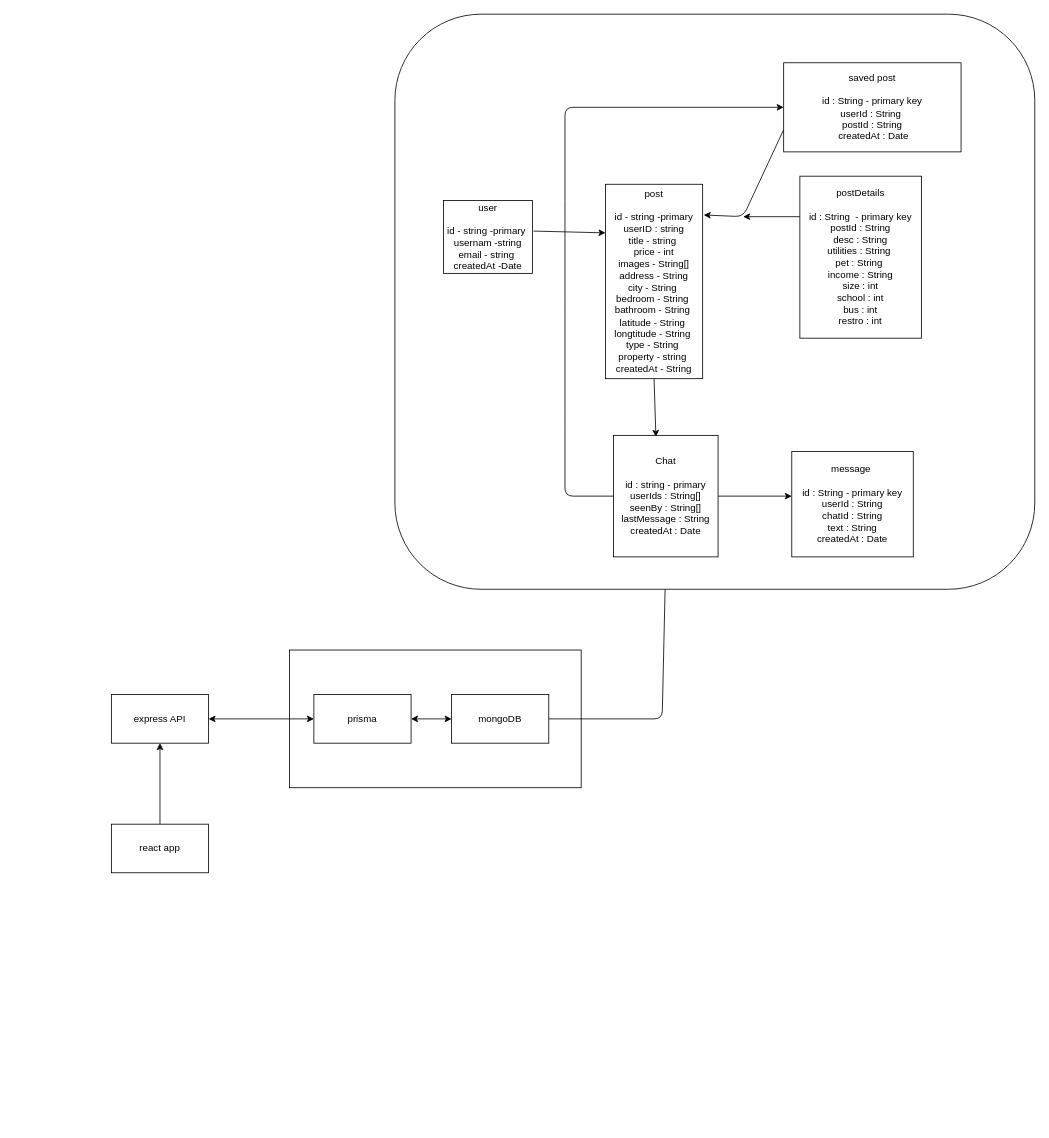
This is backend/struct.drawio from ps3coder/eState_express, a draw.io file, before an edit. Source tidied: cells renumbered, new cells numbered last; positions are measured from the earlier drawing's top-left corner, leaving out a move shared by most shapes. Both pictures are drawn from the tidied source at 81%, with x=0, y=0 at pixel (111, 14).
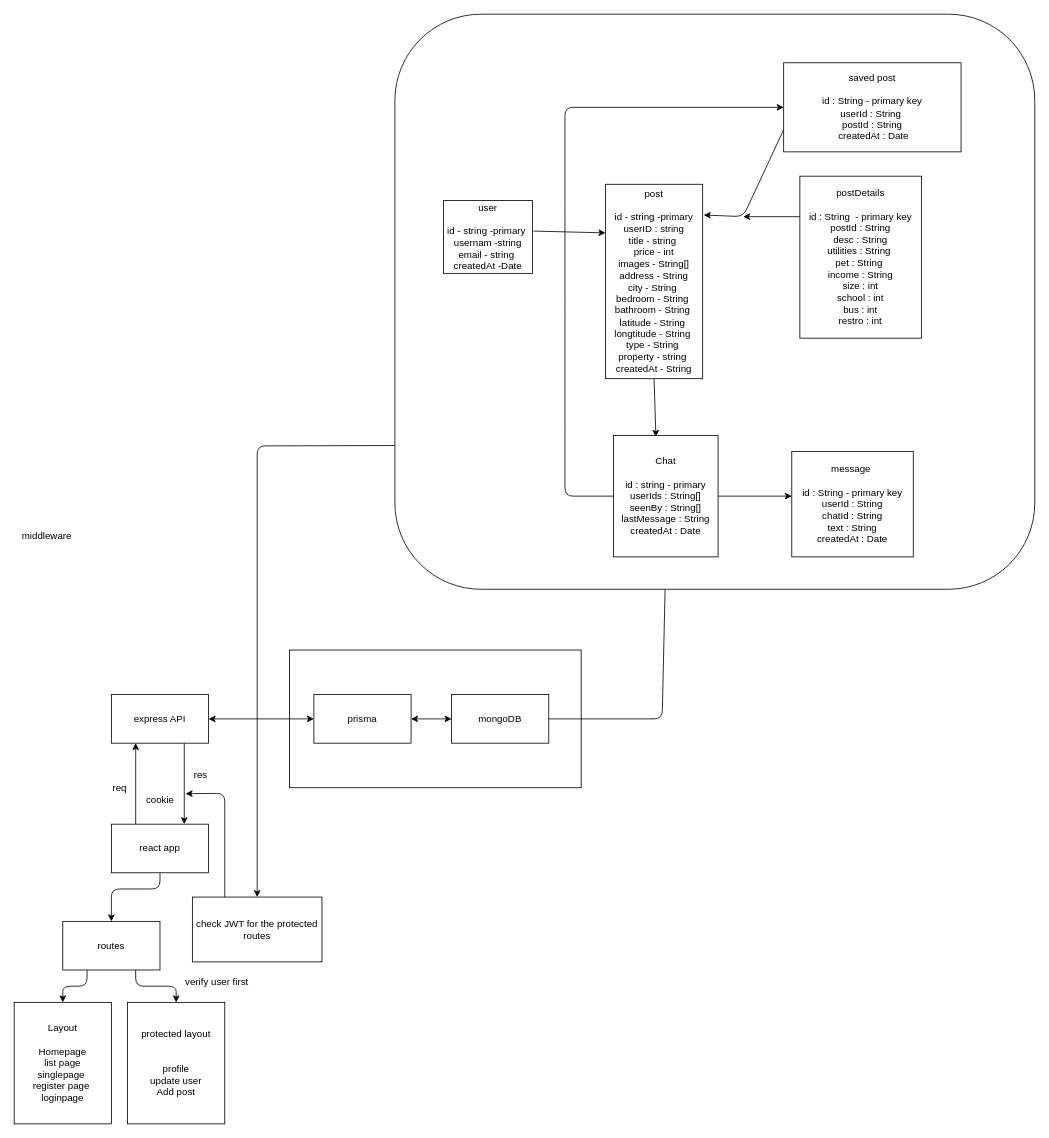
The same diagram, later.

Unchanged cells that the change refers to:
```xml
<mxCell id="2" value="express API" style="rounded=0;whiteSpace=wrap;html=1;" parent="1" vertex="1">
  <mxGeometry y="840" width="120" height="60" as="geometry" />
</mxCell>
<mxCell id="4" value="react app" style="rounded=0;whiteSpace=wrap;html=1;" parent="1" vertex="1">
  <mxGeometry y="1000" width="120" height="60" as="geometry" />
</mxCell>
<mxCell id="11" style="rounded=1;whiteSpace=wrap;html=1;" parent="1" vertex="1">
  <mxGeometry x="350" width="790" height="710" as="geometry" />
</mxCell>
```

Change to the diagram source:
```diff
@@
+    <mxCell id="24" style="edgeStyle=none;html=1;exitX=0.75;exitY=1;exitDx=0;exitDy=0;entryX=0.75;entryY=0;entryDx=0;entryDy=0;" parent="1" edge="1" source="2" target="4">
+      <mxGeometry relative="1" as="geometry">
+        <Array as="points">
+          <mxPoint x="90" y="950" />
+        </Array>
+      </mxGeometry>
+    </mxCell>
@@
-    <mxCell id="3" style="edgeStyle=none;html=1;exitX=0.5;exitY=0;exitDx=0;exitDy=0;entryX=0.5;entryY=1;entryDx=0;entryDy=0;" parent="1" edge="1" source="4" target="2">
-      <mxGeometry relative="1" as="geometry" />
+    <mxCell id="3" style="edgeStyle=none;html=1;exitX=0.25;exitY=0;exitDx=0;exitDy=0;entryX=0.25;entryY=1;entryDx=0;entryDy=0;" parent="1" edge="1" source="4" target="2">
+      <mxGeometry relative="1" as="geometry">
+        <Array as="points">
+          <mxPoint x="30" y="910" />
+        </Array>
+      </mxGeometry>
     </mxCell>
+    <mxCell id="25" style="edgeStyle=none;html=1;exitX=0.5;exitY=1;exitDx=0;exitDy=0;entryX=0.5;entryY=0;entryDx=0;entryDy=0;" parent="1" edge="1" source="4" target="35">
+      <mxGeometry relative="1" as="geometry">
+        <Array as="points">
+          <mxPoint x="60" y="1080" />
+          <mxPoint y="1080" />
+        </Array>
+      </mxGeometry>
+    </mxCell>
@@
+    <mxCell id="26" style="edgeStyle=none;html=1;exitX=0;exitY=0.75;exitDx=0;exitDy=0;entryX=0.5;entryY=0;entryDx=0;entryDy=0;" parent="1" edge="1" source="11" target="32">
+      <mxGeometry relative="1" as="geometry">
+        <Array as="points">
+          <mxPoint x="180" y="533" />
+        </Array>
+      </mxGeometry>
+    </mxCell>
@@
+    <mxCell id="27" value="req" style="text;html=1;align=center;verticalAlign=middle;strokeColor=none;fillColor=none;" parent="1" vertex="1">
+      <mxGeometry x="-10" y="940" width="40" height="30" as="geometry" />
+    </mxCell>
+    <mxCell id="28" value="res" style="text;html=1;align=center;verticalAlign=middle;strokeColor=none;fillColor=none;" parent="1" vertex="1">
+      <mxGeometry x="90" y="925" width="40" height="30" as="geometry" />
+    </mxCell>
+    <mxCell id="29" value="cookie" style="text;html=1;align=center;verticalAlign=middle;points=[];strokeColor=none;fillColor=none;" parent="1" vertex="1">
+      <mxGeometry x="30" y="955" width="60" height="30" as="geometry" />
+    </mxCell>
+    <mxCell id="30" value="middleware" style="text;html=1;align=center;verticalAlign=middle;strokeColor=none;fillColor=none;" parent="1" vertex="1">
+      <mxGeometry x="-120" y="630" width="80" height="30" as="geometry" />
+    </mxCell>
+    <mxCell id="31" style="edgeStyle=none;html=1;exitX=0.25;exitY=0;exitDx=0;exitDy=0;entryX=1.028;entryY=0.245;entryDx=0;entryDy=0;entryPerimeter=0;" parent="1" edge="1" source="32" target="29">
+      <mxGeometry relative="1" as="geometry">
+        <Array as="points">
+          <mxPoint x="140" y="962" />
+        </Array>
+      </mxGeometry>
+    </mxCell>
+    <mxCell id="32" value="check JWT for the protected routes" style="whiteSpace=wrap;html=1;" parent="1" vertex="1">
+      <mxGeometry x="100" y="1090" width="160" height="80" as="geometry" />
+    </mxCell>
+    <mxCell id="33" style="edgeStyle=none;html=1;exitX=0.25;exitY=1;exitDx=0;exitDy=0;entryX=0.5;entryY=0;entryDx=0;entryDy=0;" parent="1" edge="1" source="35" target="36">
+      <mxGeometry relative="1" as="geometry">
+        <Array as="points">
+          <mxPoint x="-30" y="1200" />
+          <mxPoint x="-60" y="1200" />
+        </Array>
+      </mxGeometry>
+    </mxCell>
+    <mxCell id="34" style="edgeStyle=none;html=1;exitX=0.75;exitY=1;exitDx=0;exitDy=0;entryX=0.5;entryY=0;entryDx=0;entryDy=0;" parent="1" edge="1" source="35" target="37">
+      <mxGeometry relative="1" as="geometry">
+        <Array as="points">
+          <mxPoint x="30" y="1200" />
+          <mxPoint x="80" y="1200" />
+        </Array>
+      </mxGeometry>
+    </mxCell>
+    <mxCell id="35" value="routes" style="whiteSpace=wrap;html=1;" parent="1" vertex="1">
+      <mxGeometry x="-60" y="1120" width="120" height="60" as="geometry" />
+    </mxCell>
+    <mxCell id="36" value="Layout&lt;br&gt;&lt;br&gt;Homepage&lt;br&gt;list page&lt;br&gt;singlepage&amp;nbsp;&lt;br&gt;register page&amp;nbsp;&lt;br&gt;loginpage" style="whiteSpace=wrap;html=1;" parent="1" vertex="1">
+      <mxGeometry x="-120" y="1220" width="120" height="150" as="geometry" />
+    </mxCell>
+    <mxCell id="37" value="protected layout&lt;br&gt;&lt;br&gt;&lt;br&gt;profile&lt;br&gt;update user&lt;br&gt;Add post" style="whiteSpace=wrap;html=1;" parent="1" vertex="1">
+      <mxGeometry x="20" y="1220" width="120" height="150" as="geometry" />
+    </mxCell>
+    <mxCell id="38" value="verify user first" style="text;html=1;align=center;verticalAlign=middle;strokeColor=none;fillColor=none;" parent="1" vertex="1">
+      <mxGeometry x="80" y="1180" width="100" height="30" as="geometry" />
+    </mxCell>
```
